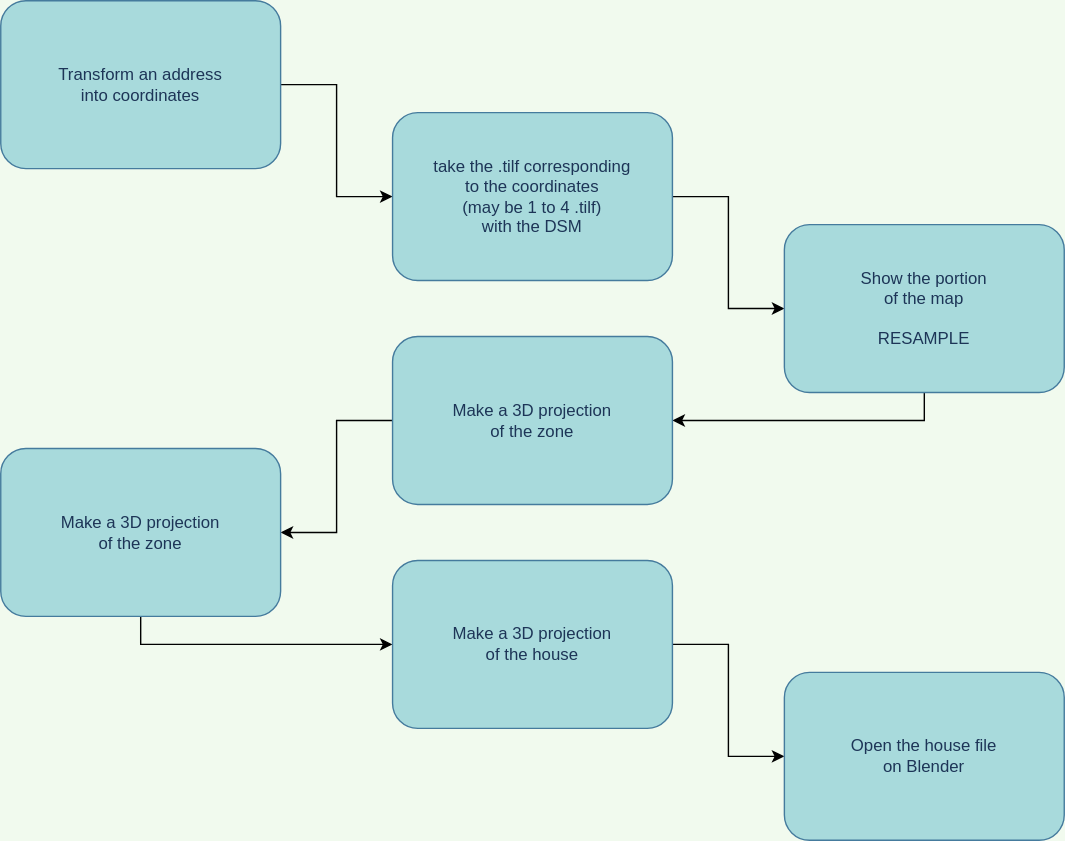
The draw.io diagram Schemas/Plan.svg in Demesmaeker/3D_Houses, before a commit. Source tidied: cells renumbered, new cells last; positions are measured from the earlier drawing's top-left corner, leaving out a move shared by most shapes.
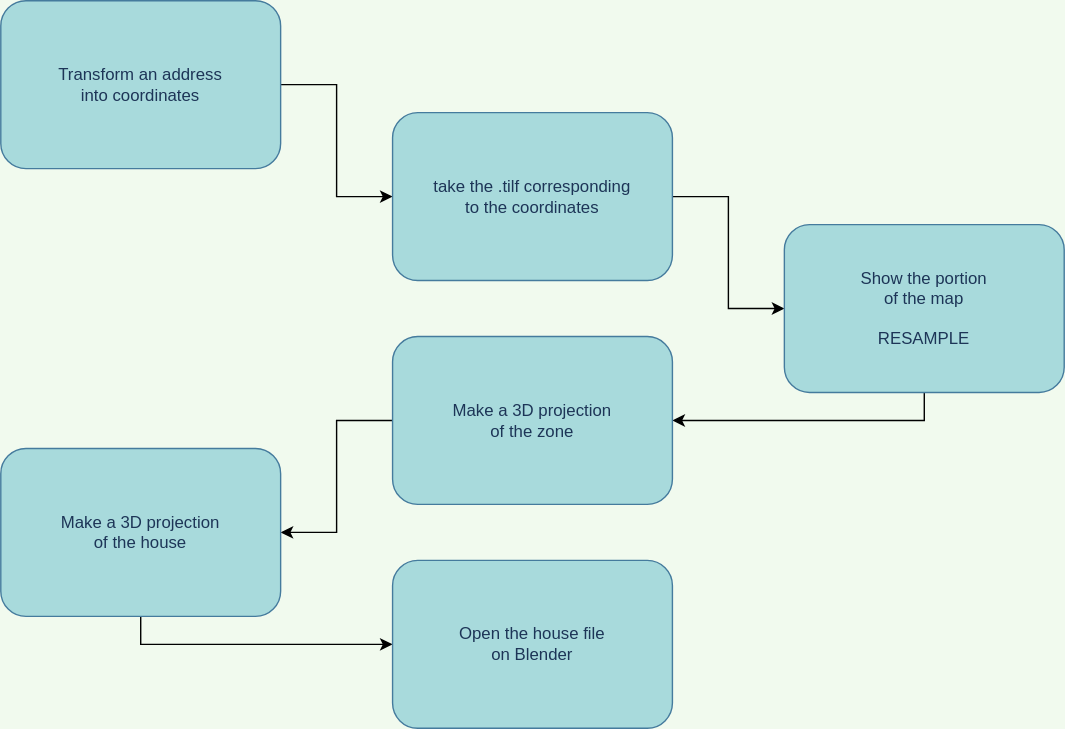
After the change.

Change to the diagram source:
```diff
@@ -11,7 +11,7 @@
     <mxCell id="4" style="edgeStyle=orthogonalEdgeStyle;rounded=0;jettySize=auto;html=1;exitX=1;exitY=0.5;exitDx=0;exitDy=0;entryX=0;entryY=0.5;entryDx=0;entryDy=0;" parent="1" edge="1" source="5" target="7">
       <mxGeometry relative="1" as="geometry" />
     </mxCell>
-    <mxCell id="5" value="&lt;div&gt;take the .tilf corresponding&lt;/div&gt;&lt;div&gt;to the coordinates&lt;/div&gt;&lt;div&gt;(may be 1 to 4 .tilf)&lt;/div&gt;&lt;div&gt;with the DSM&lt;br&gt;&lt;/div&gt;" style="rounded=1;whiteSpace=wrap;html=1;fillColor=#A8DADC;strokeColor=#457B9D;fontColor=#1D3557;" parent="1" vertex="1">
+    <mxCell id="5" value="&lt;div&gt;take the .tilf corresponding&lt;/div&gt;&lt;div&gt;to the coordinates&lt;/div&gt;" style="rounded=1;whiteSpace=wrap;html=1;fillColor=#A8DADC;strokeColor=#457B9D;fontColor=#1D3557;" parent="1" vertex="1">
       <mxGeometry x="280" y="80" width="200" height="120" as="geometry" />
     </mxCell>
     <mxCell id="6" style="edgeStyle=orthogonalEdgeStyle;rounded=0;jettySize=auto;html=1;exitX=0.5;exitY=1;exitDx=0;exitDy=0;entryX=1;entryY=0.5;entryDx=0;entryDy=0;" parent="1" edge="1" source="7" target="9">
@@ -26,20 +26,14 @@
     <mxCell id="9" value="&lt;div&gt;Make a 3D projection&lt;/div&gt;&lt;div&gt;of the zone&lt;br&gt;&lt;/div&gt;" style="rounded=1;whiteSpace=wrap;html=1;fillColor=#A8DADC;strokeColor=#457B9D;fontColor=#1D3557;" parent="1" vertex="1">
       <mxGeometry x="280" y="240" width="200" height="120" as="geometry" />
     </mxCell>
-    <mxCell id="10" style="edgeStyle=orthogonalEdgeStyle;rounded=0;jettySize=auto;html=1;exitX=0.5;exitY=1;exitDx=0;exitDy=0;entryX=0;entryY=0.5;entryDx=0;entryDy=0;" parent="1" edge="1" source="11" target="13">
-      <mxGeometry relative="1" as="geometry" />
-    </mxCell>
+    <mxCell id="15" style="edgeStyle=orthogonalEdgeStyle;rounded=0;jettySize=auto;html=1;exitX=0.5;exitY=1;exitDx=0;exitDy=0;entryX=0;entryY=0.5;entryDx=0;entryDy=0;" parent="1" edge="1" source="11" target="14">
+      <mxGeometry relative="1" as="geometry" />
+    </mxCell>
-    <mxCell id="11" value="&lt;div&gt;Make a 3D projection&lt;/div&gt;&lt;div&gt;of the zone&lt;br&gt;&lt;/div&gt;" style="rounded=1;whiteSpace=wrap;html=1;fillColor=#A8DADC;strokeColor=#457B9D;fontColor=#1D3557;" parent="1" vertex="1">
+    <mxCell id="11" value="&lt;div&gt;Make a 3D projection&lt;/div&gt;&lt;div&gt;of the house&lt;br&gt;&lt;/div&gt;" style="rounded=1;whiteSpace=wrap;html=1;fillColor=#A8DADC;strokeColor=#457B9D;fontColor=#1D3557;" parent="1" vertex="1">
       <mxGeometry y="320" width="200" height="120" as="geometry" />
     </mxCell>
-    <mxCell id="12" style="edgeStyle=orthogonalEdgeStyle;rounded=0;jettySize=auto;html=1;exitX=1;exitY=0.5;exitDx=0;exitDy=0;entryX=0;entryY=0.5;entryDx=0;entryDy=0;" parent="1" edge="1" source="13" target="14">
-      <mxGeometry relative="1" as="geometry" />
-    </mxCell>
-    <mxCell id="13" value="&lt;div&gt;Make a 3D projection&lt;/div&gt;&lt;div&gt;of the house&lt;br&gt;&lt;/div&gt;" style="rounded=1;whiteSpace=wrap;html=1;fillColor=#A8DADC;strokeColor=#457B9D;fontColor=#1D3557;" parent="1" vertex="1">
-      <mxGeometry x="280" y="400" width="200" height="120" as="geometry" />
-    </mxCell>
     <mxCell id="14" value="&lt;div&gt;Open the house file&lt;/div&gt;&lt;div&gt;on Blender&lt;br&gt;&lt;/div&gt;" style="rounded=1;whiteSpace=wrap;html=1;fillColor=#A8DADC;strokeColor=#457B9D;fontColor=#1D3557;" parent="1" vertex="1">
-      <mxGeometry x="560" y="480" width="200" height="120" as="geometry" />
+      <mxGeometry x="280" y="400" width="200" height="120" as="geometry" />
     </mxCell>
   </root>
 </mxGraphModel>
```
